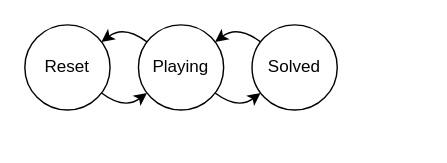
Earlier version of the draw.io diagram page "main-controller-state" (8 of 10) of docs/figs.drawio (lonkaars/puzzelbox). Source tidied: cells renumbered, new cells numbered last; positions are measured from the earlier drawing's top-left corner, leaving out a move shared by most shapes. Both pictures are drawn from the tidied source at 142%, with x=0, y=0 at pixel (24, 24).
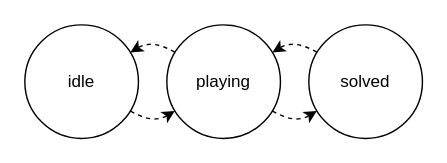
The same page after the edit.

What changed in the source:
```diff
@@
 <mxGraphModel>
   <root>
     <mxCell id="0" />
     <mxCell id="1" parent="0" />
-    <mxCell id="2" style="rounded=0;jettySize=auto;html=1;fontFamily=Arial;curved=1;" parent="1" edge="1" source="3" target="4">
+    <mxCell id="2" style="rounded=0;jettySize=auto;html=1;fontFamily=Arial;curved=1;dashed=1;" parent="1" edge="1" source="3" target="4">
       <mxGeometry relative="1" as="geometry">
         <Array as="points">
-          <mxPoint x="70" y="60" />
+          <mxPoint x="90" y="70" />
         </Array>
       </mxGeometry>
     </mxCell>
-    <mxCell id="3" value="Reset" style="ellipse;whiteSpace=wrap;html=1;fontFamily=Arial;" parent="1" vertex="1">
-      <mxGeometry width="60" height="60" as="geometry" />
+    <mxCell id="3" value="idle" style="ellipse;whiteSpace=wrap;html=1;fontFamily=Arial;" parent="1" vertex="1">
+      <mxGeometry width="80" height="80" as="geometry" />
     </mxCell>
-    <mxCell id="4" value="Playing" style="ellipse;whiteSpace=wrap;html=1;fontFamily=Arial;" parent="1" vertex="1">
-      <mxGeometry x="80" width="60" height="60" as="geometry" />
+    <mxCell id="4" value="playing" style="ellipse;whiteSpace=wrap;html=1;fontFamily=Arial;" parent="1" vertex="1">
+      <mxGeometry x="100" width="80" height="80" as="geometry" />
     </mxCell>
-    <mxCell id="5" value="Solved" style="ellipse;whiteSpace=wrap;html=1;fontFamily=Arial;" parent="1" vertex="1">
-      <mxGeometry x="160" width="60" height="60" as="geometry" />
+    <mxCell id="5" value="solved" style="ellipse;whiteSpace=wrap;html=1;fontFamily=Arial;" parent="1" vertex="1">
+      <mxGeometry x="200" width="80" height="80" as="geometry" />
     </mxCell>
-    <mxCell id="6" style="rounded=0;jettySize=auto;html=1;fontFamily=Arial;curved=1;" parent="1" edge="1" source="4" target="3">
+    <mxCell id="6" style="rounded=0;jettySize=auto;html=1;fontFamily=Arial;curved=1;dashed=1;" parent="1" edge="1" source="4" target="3">
       <mxGeometry relative="1" as="geometry">
         <Array as="points">
-          <mxPoint x="70" />
+          <mxPoint x="90" y="10" />
         </Array>
       </mxGeometry>
     </mxCell>
-    <mxCell id="7" style="rounded=0;jettySize=auto;html=1;fontFamily=Arial;curved=1;" parent="1" edge="1" source="4" target="5">
+    <mxCell id="7" style="rounded=0;jettySize=auto;html=1;fontFamily=Arial;curved=1;dashed=1;" parent="1" edge="1" source="4" target="5">
       <mxGeometry relative="1" as="geometry">
         <Array as="points">
-          <mxPoint x="150" y="60" />
+          <mxPoint x="190" y="70" />
         </Array>
       </mxGeometry>
     </mxCell>
-    <mxCell id="8" style="rounded=0;jettySize=auto;html=1;fontFamily=Arial;curved=1;" parent="1" edge="1" source="5" target="4">
+    <mxCell id="8" style="rounded=0;jettySize=auto;html=1;fontFamily=Arial;curved=1;dashed=1;" parent="1" edge="1" source="5" target="4">
       <mxGeometry relative="1" as="geometry">
         <Array as="points">
-          <mxPoint x="150" />
+          <mxPoint x="190" y="10" />
         </Array>
       </mxGeometry>
     </mxCell>
   </root>
 </mxGraphModel>
```
